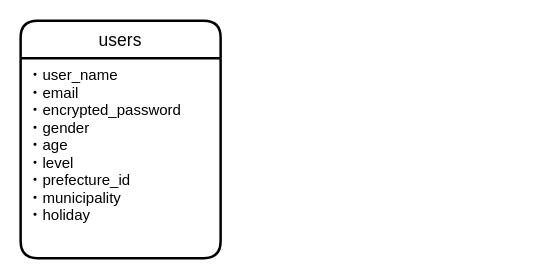
Before: tennis-friends.dio in takuya20201003/tennis-friends, a draw.io diagram. Source tidied: cells renumbered, new cells numbered last; positions are measured from the earlier drawing's top-left corner, leaving out a move shared by most shapes. Both pictures are drawn from the tidied source at 125%, with x=0, y=0 at pixel (20, 20).
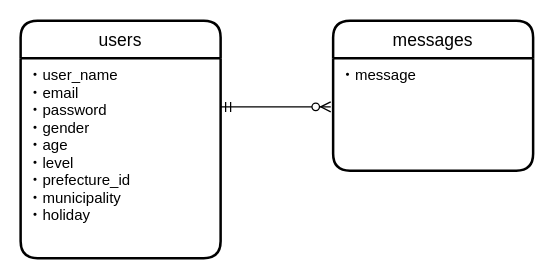
The same page after the edit.

Diff of the diagram source:
```diff
@@
 <mxGraphModel>
   <root>
     <mxCell id="0" />
     <mxCell id="1" parent="0" />
     <mxCell id="2" value="users" style="swimlane;horizontal=1;startSize=30;rounded=1;fontSize=14;fontStyle=0;strokeWidth=2;shadow=0;dashed=0;align=center;" parent="1" vertex="1">
       <mxGeometry width="160" height="190" as="geometry" />
     </mxCell>
-    <mxCell id="3" value="・user_name&#10;・email&#10;・encrypted_password&#10;・gender&#10;・age&#10;・level&#10;・prefecture_id&#10;・municipality&#10;・holiday&#10;&#10;" style="align=left;strokeColor=none;fillColor=none;spacingLeft=4;fontSize=12;verticalAlign=top;" parent="2" vertex="1">
+    <mxCell id="3" value="・user_name&#10;・email&#10;・password&#10;・gender&#10;・age&#10;・level&#10;・prefecture_id&#10;・municipality&#10;・holiday&#10;&#10;" style="align=left;strokeColor=none;fillColor=none;spacingLeft=4;fontSize=12;verticalAlign=top;" parent="2" vertex="1">
       <mxGeometry y="30" width="160" height="160" as="geometry" />
     </mxCell>
+    <mxCell id="4" value="messages" style="swimlane;horizontal=1;startSize=30;rounded=1;fontSize=14;fontStyle=0;strokeWidth=2;shadow=0;dashed=0;align=center;" parent="1" vertex="1">
+      <mxGeometry x="250" width="160" height="120" as="geometry" />
+    </mxCell>
+    <mxCell id="5" value="・message" style="align=left;strokeColor=none;fillColor=none;spacingLeft=4;fontSize=12;verticalAlign=top;" parent="4" vertex="1">
+      <mxGeometry y="30" width="160" height="90" as="geometry" />
+    </mxCell>
+    <mxCell id="6" style="edgeStyle=entityRelationEdgeStyle;fontSize=12;html=1;endArrow=ERzeroToMany;startArrow=ERmandOne;entryX=-0.012;entryY=0.433;entryDx=0;entryDy=0;entryPerimeter=0;" parent="1" edge="1" target="5">
+      <mxGeometry relative="1" as="geometry">
+        <mxPoint x="160" y="69" as="sourcePoint" />
+      </mxGeometry>
+    </mxCell>
   </root>
 </mxGraphModel>
```
